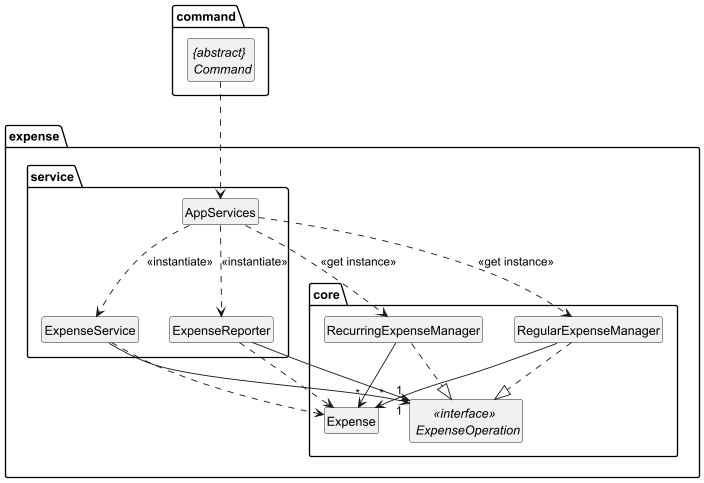
This is docs/images/Expense.png from randust/tp, a PlantUML export, as it was before one commit. The source it was exported from:
```plantuml
@startuml



hide members
hide circle
skinparam classAttributeIconSize 0





package "expense.core" {
  class Expense
  interface "<<interface>> \n ExpenseOperation"
  class RecurringExpenseManager
  class RegularExpenseManager
}

package "expense.service" {
  class ExpenseService
  class ExpenseReporter
  class AppServices
}
package "command"{
abstract "{abstract} \n Command"
}
"{abstract} \n Command" ..> AppServices
RecurringExpenseManager ..|> "<<interface>> \n ExpenseOperation"
RegularExpenseManager ..|> "<<interface>> \n ExpenseOperation"

RegularExpenseManager --> "*"Expense
RecurringExpenseManager -->"*" Expense

ExpenseService --> "1""<<interface>> \n ExpenseOperation"
ExpenseReporter --> "1""<<interface>> \n ExpenseOperation"

ExpenseService ..> Expense
ExpenseReporter ..> Expense

AppServices ..> RegularExpenseManager : "<<get instance>>"
AppServices ..> RecurringExpenseManager : "<<get instance>>"

AppServices ..> ExpenseService : "<<instantiate>>"
AppServices ..> ExpenseReporter : "<<instantiate>>"


@enduml
```
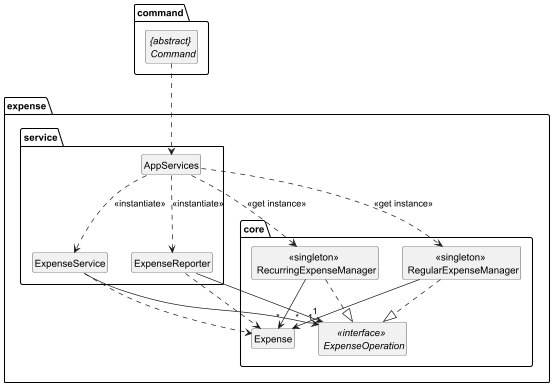
After the change.

Commit message:
Fix expense class diagram and delete command sequence diagram

What changed in the source:
```diff
@@ -13,8 +13,8 @@
 package "expense.core" {
   class Expense
   interface "<<interface>> \n ExpenseOperation"
-  class RecurringExpenseManager
-  class RegularExpenseManager
+  class "<<singleton>> \n RecurringExpenseManager"
+  class "<<singleton>> \n RegularExpenseManager"
 }
 
 package "expense.service" {
@@ -26,11 +26,11 @@
 abstract "{abstract} \n Command"
 }
 "{abstract} \n Command" ..> AppServices
-RecurringExpenseManager ..|> "<<interface>> \n ExpenseOperation"
-RegularExpenseManager ..|> "<<interface>> \n ExpenseOperation"
+"<<singleton>> \n RecurringExpenseManager" ..|> "<<interface>> \n ExpenseOperation"
+"<<singleton>> \n RegularExpenseManager" ..|> "<<interface>> \n ExpenseOperation"
 
-RegularExpenseManager --> "*"Expense
-RecurringExpenseManager -->"*" Expense
+"<<singleton>> \n RegularExpenseManager" --> "*"Expense
+"<<singleton>> \n RecurringExpenseManager" -->"*" Expense
 
 ExpenseService --> "1""<<interface>> \n ExpenseOperation"
 ExpenseReporter --> "1""<<interface>> \n ExpenseOperation"
@@ -38,8 +38,8 @@
 ExpenseService ..> Expense
 ExpenseReporter ..> Expense
 
-AppServices ..> RegularExpenseManager : "<<get instance>>"
-AppServices ..> RecurringExpenseManager : "<<get instance>>"
+AppServices ..> "<<singleton>> \n RegularExpenseManager" : "<<get instance>>"
+AppServices ..> "<<singleton>> \n RecurringExpenseManager" : "<<get instance>>"
 
 AppServices ..> ExpenseService : "<<instantiate>>"
 AppServices ..> ExpenseReporter : "<<instantiate>>"
```
